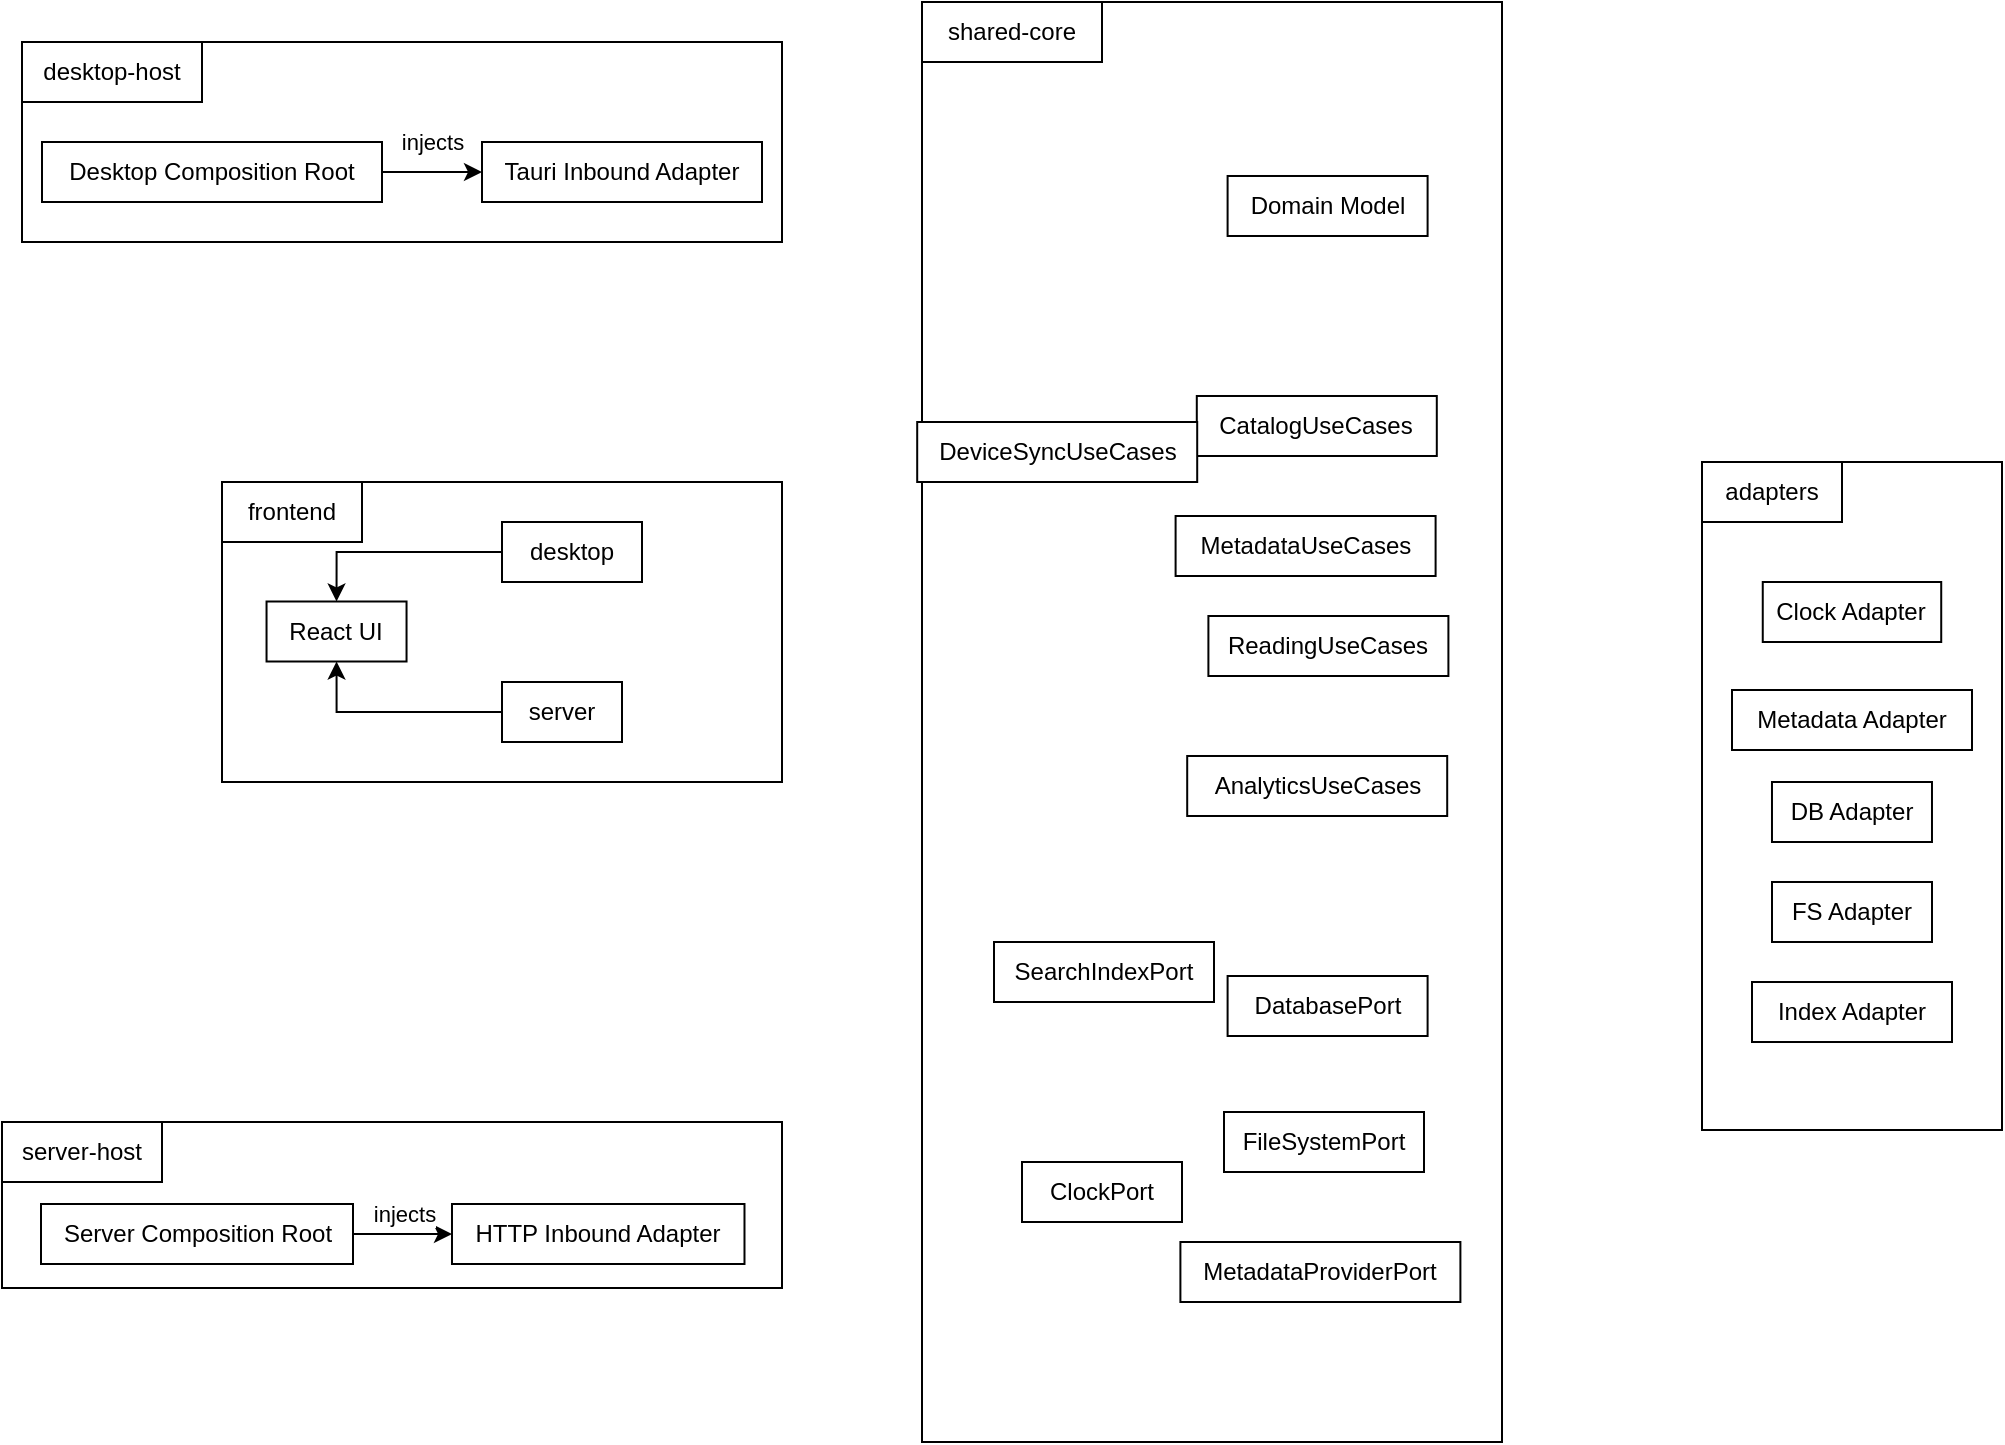
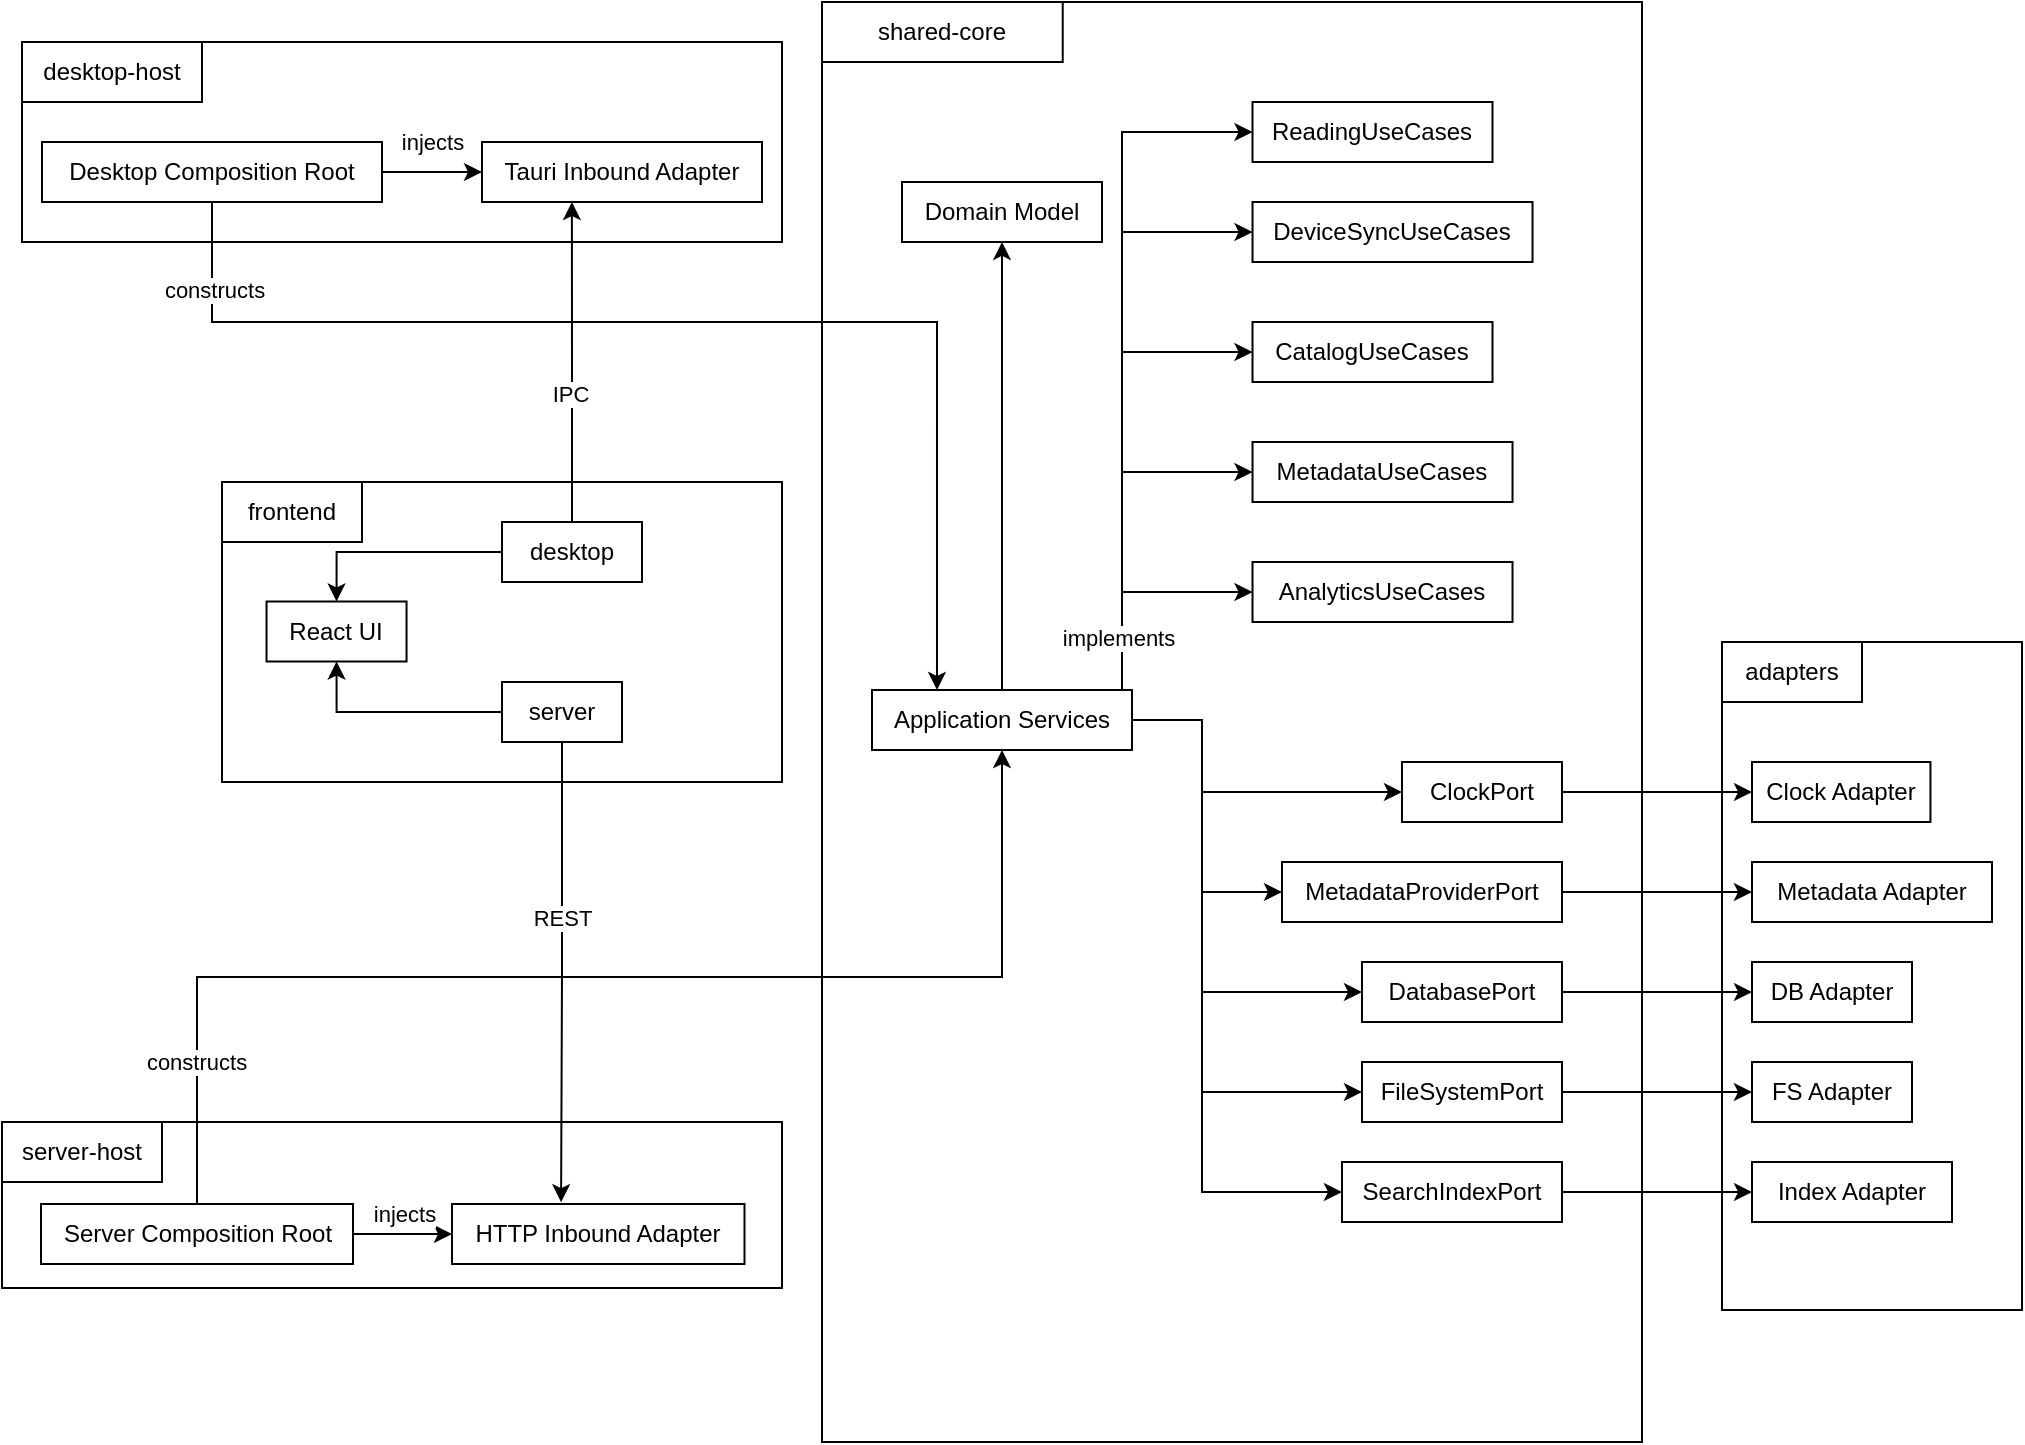
<mxfile host="Electron" agent="Mozilla/5.0 (Windows NT 10.0; Win64; x64) AppleWebKit/537.36 (KHTML, like Gecko) draw.io/29.3.6 Chrome/140.0.7339.249 Electron/38.8.0 Safari/537.36" version="29.3.6">
  <diagram name="Page-1" id="Up1nXNHjsBMfPDB4wt9s">
-     <mxGraphModel dx="983" dy="663" grid="1" gridSize="10" guides="1" tooltips="1" connect="1" arrows="1" fold="1" page="1" pageScale="1" pageWidth="1169" pageHeight="827" math="0" shadow="0">
+     <mxGraphModel dx="815" dy="549" grid="1" gridSize="10" guides="1" tooltips="1" connect="1" arrows="1" fold="1" page="1" pageScale="1" pageWidth="1169" pageHeight="827" math="0" shadow="0">
      <root>
        <mxCell id="0" />
        <mxCell id="1" parent="0" />
        <mxCell id="_OkqQ5-8P_d9M64oRFWS-10" connectable="0" parent="1" style="group" value="" vertex="1">
-           <mxGeometry height="720" width="290" x="480" y="40" as="geometry" />
+           <mxGeometry height="720" width="410" x="430" y="40" as="geometry" />
        </mxCell>
        <mxCell id="_OkqQ5-8P_d9M64oRFWS-7" parent="_OkqQ5-8P_d9M64oRFWS-10" style="rounded=0;whiteSpace=wrap;html=1;" value="" vertex="1">
-           <mxGeometry height="720" width="290" as="geometry" />
+           <mxGeometry height="720" width="410" as="geometry" />
        </mxCell>
        <mxCell id="_OkqQ5-8P_d9M64oRFWS-39" parent="_OkqQ5-8P_d9M64oRFWS-10" style="whiteSpace=wrap;html=1;" value="Domain Model" vertex="1">
-           <mxGeometry height="30" width="100" x="152.79999999999998" y="86.9952380952381" as="geometry" />
+           <mxGeometry height="30" width="100" x="40.00041938490213" y="89.9952380952381" as="geometry" />
        </mxCell>
        <mxCell id="_OkqQ5-8P_d9M64oRFWS-40" parent="_OkqQ5-8P_d9M64oRFWS-10" style="whiteSpace=wrap;html=1;" value="CatalogUseCases" vertex="1">
-           <mxGeometry height="30" width="120" x="137.39999999999998" y="196.99571428571429" as="geometry" />
+           <mxGeometry height="30" width="120" x="215.25705498602045" y="159.99571428571429" as="geometry" />
        </mxCell>
        <mxCell id="_OkqQ5-8P_d9M64oRFWS-41" parent="_OkqQ5-8P_d9M64oRFWS-10" style="whiteSpace=wrap;html=1;" value="MetadataUseCases" vertex="1">
-           <mxGeometry height="30" width="130" x="126.79999999999998" y="256.99857142857144" as="geometry" />
+           <mxGeometry height="30" width="130" x="215.25875116495806" y="219.99857142857144" as="geometry" />
        </mxCell>
        <mxCell id="_OkqQ5-8P_d9M64oRFWS-42" parent="_OkqQ5-8P_d9M64oRFWS-10" style="whiteSpace=wrap;html=1;" value="ReadingUseCases" vertex="1">
-           <mxGeometry height="30" width="120" x="143.2" y="306.997619047619" as="geometry" />
+           <mxGeometry height="30" width="120" x="215.2516495806151" y="49.997619047619025" as="geometry" />
        </mxCell>
        <mxCell id="_OkqQ5-8P_d9M64oRFWS-43" parent="_OkqQ5-8P_d9M64oRFWS-10" style="whiteSpace=wrap;html=1;" value="AnalyticsUseCases" vertex="1">
-           <mxGeometry height="30" width="130" x="132.59999999999997" y="376.9966666666666" as="geometry" />
+           <mxGeometry height="30" width="130" x="215.25550792171475" y="279.9966666666666" as="geometry" />
        </mxCell>
        <mxCell id="_OkqQ5-8P_d9M64oRFWS-44" parent="_OkqQ5-8P_d9M64oRFWS-10" style="whiteSpace=wrap;html=1;" value="DatabasePort" vertex="1">
-           <mxGeometry height="30" width="100" x="152.79999999999998" y="486.9995238095238" as="geometry" />
-         </mxCell>
-         <mxCell id="_OkqQ5-8P_d9M64oRFWS-45" parent="_OkqQ5-8P_d9M64oRFWS-10" style="whiteSpace=wrap;html=1;" value="FileSystemPort" vertex="1">
-           <mxGeometry height="30" width="100" x="151" y="555" as="geometry" />
+           <mxGeometry height="30" width="100" x="269.9904193849021" y="479.9995238095238" as="geometry" />
+         </mxCell>
+         <mxCell id="_OkqQ5-8P_d9M64oRFWS-45" parent="_OkqQ5-8P_d9M64oRFWS-10" style="whiteSpace=wrap;html=1;movable=1;resizable=1;rotatable=1;deletable=1;editable=1;locked=0;connectable=1;" value="FileSystemPort" vertex="1">
+           <mxGeometry height="30" width="100" x="269.9931500465983" y="530" as="geometry" />
        </mxCell>
        <mxCell id="_OkqQ5-8P_d9M64oRFWS-46" parent="_OkqQ5-8P_d9M64oRFWS-10" style="whiteSpace=wrap;html=1;" value="MetadataProviderPort" vertex="1">
-           <mxGeometry height="30" width="140" x="129.20000000000005" y="620" as="geometry" />
+           <mxGeometry height="30" width="140" x="229.99844361602987" y="430" as="geometry" />
        </mxCell>
        <mxCell id="_OkqQ5-8P_d9M64oRFWS-47" parent="_OkqQ5-8P_d9M64oRFWS-10" style="whiteSpace=wrap;html=1;" value="ClockPort" vertex="1">
-           <mxGeometry height="30" width="80" x="50" y="580" as="geometry" />
+           <mxGeometry height="30" width="80" x="289.9885927306617" y="380" as="geometry" />
        </mxCell>
        <mxCell id="_OkqQ5-8P_d9M64oRFWS-48" parent="_OkqQ5-8P_d9M64oRFWS-10" style="whiteSpace=wrap;html=1;" value="DeviceSyncUseCases" vertex="1">
-           <mxGeometry height="30" width="140" x="-2.3999999999999773" y="210" as="geometry" />
+           <mxGeometry height="30" width="140" x="215.26111835973907" y="100" as="geometry" />
        </mxCell>
        <mxCell id="_OkqQ5-8P_d9M64oRFWS-49" parent="_OkqQ5-8P_d9M64oRFWS-10" style="whiteSpace=wrap;html=1;" value="SearchIndexPort" vertex="1">
-           <mxGeometry height="30" width="110" x="35.99999999999998" y="470" as="geometry" />
+           <mxGeometry height="30" width="110" x="259.9953867660764" y="580" as="geometry" />
        </mxCell>
        <mxCell id="_OkqQ5-8P_d9M64oRFWS-8" parent="_OkqQ5-8P_d9M64oRFWS-10" style="rounded=0;whiteSpace=wrap;html=1;" value="shared-core" vertex="1">
-           <mxGeometry height="30" width="90" as="geometry" />
+           <mxGeometry height="30" width="120.36346691519105" as="geometry" />
+         </mxCell>
+         <mxCell id="WqEDGe_ycWKSBykSKgpT-17" edge="1" parent="_OkqQ5-8P_d9M64oRFWS-10" source="WqEDGe_ycWKSBykSKgpT-5" style="edgeStyle=orthogonalEdgeStyle;rounded=0;orthogonalLoop=1;jettySize=auto;html=1;entryX=0;entryY=0.5;entryDx=0;entryDy=0;" target="_OkqQ5-8P_d9M64oRFWS-47">
+           <mxGeometry relative="1" as="geometry">
+             <Array as="points">
+               <mxPoint x="190" y="359" />
+               <mxPoint x="190" y="395" />
+             </Array>
+           </mxGeometry>
+         </mxCell>
+         <mxCell id="WqEDGe_ycWKSBykSKgpT-18" edge="1" parent="_OkqQ5-8P_d9M64oRFWS-10" source="WqEDGe_ycWKSBykSKgpT-5" style="edgeStyle=orthogonalEdgeStyle;rounded=0;orthogonalLoop=1;jettySize=auto;html=1;entryX=0;entryY=0.5;entryDx=0;entryDy=0;" target="_OkqQ5-8P_d9M64oRFWS-46">
+           <mxGeometry relative="1" as="geometry">
+             <Array as="points">
+               <mxPoint x="190" y="359" />
+               <mxPoint x="190" y="445" />
+             </Array>
+           </mxGeometry>
+         </mxCell>
+         <mxCell id="WqEDGe_ycWKSBykSKgpT-19" edge="1" parent="_OkqQ5-8P_d9M64oRFWS-10" source="WqEDGe_ycWKSBykSKgpT-5" style="edgeStyle=orthogonalEdgeStyle;rounded=0;orthogonalLoop=1;jettySize=auto;html=1;entryX=0;entryY=0.5;entryDx=0;entryDy=0;" target="_OkqQ5-8P_d9M64oRFWS-44">
+           <mxGeometry relative="1" as="geometry">
+             <Array as="points">
+               <mxPoint x="190" y="359" />
+               <mxPoint x="190" y="495" />
+             </Array>
+           </mxGeometry>
+         </mxCell>
+         <mxCell id="WqEDGe_ycWKSBykSKgpT-20" edge="1" parent="_OkqQ5-8P_d9M64oRFWS-10" source="WqEDGe_ycWKSBykSKgpT-5" style="edgeStyle=orthogonalEdgeStyle;rounded=0;orthogonalLoop=1;jettySize=auto;html=1;entryX=0;entryY=0.5;entryDx=0;entryDy=0;" target="_OkqQ5-8P_d9M64oRFWS-45">
+           <mxGeometry relative="1" as="geometry">
+             <Array as="points">
+               <mxPoint x="190" y="359" />
+               <mxPoint x="190" y="545" />
+             </Array>
+           </mxGeometry>
+         </mxCell>
+         <mxCell id="WqEDGe_ycWKSBykSKgpT-21" edge="1" parent="_OkqQ5-8P_d9M64oRFWS-10" source="WqEDGe_ycWKSBykSKgpT-5" style="edgeStyle=orthogonalEdgeStyle;rounded=0;orthogonalLoop=1;jettySize=auto;html=1;entryX=0;entryY=0.5;entryDx=0;entryDy=0;" target="_OkqQ5-8P_d9M64oRFWS-49">
+           <mxGeometry relative="1" as="geometry">
+             <Array as="points">
+               <mxPoint x="190" y="359" />
+               <mxPoint x="190" y="595" />
+             </Array>
+           </mxGeometry>
+         </mxCell>
+         <mxCell id="WqEDGe_ycWKSBykSKgpT-22" edge="1" parent="_OkqQ5-8P_d9M64oRFWS-10" source="WqEDGe_ycWKSBykSKgpT-5" style="edgeStyle=orthogonalEdgeStyle;rounded=0;orthogonalLoop=1;jettySize=auto;html=1;entryX=0.5;entryY=1;entryDx=0;entryDy=0;" target="_OkqQ5-8P_d9M64oRFWS-39">
+           <mxGeometry relative="1" as="geometry" />
+         </mxCell>
+         <mxCell id="WqEDGe_ycWKSBykSKgpT-23" edge="1" parent="_OkqQ5-8P_d9M64oRFWS-10" source="WqEDGe_ycWKSBykSKgpT-5" style="edgeStyle=orthogonalEdgeStyle;rounded=0;orthogonalLoop=1;jettySize=auto;html=1;entryX=0;entryY=0.5;entryDx=0;entryDy=0;" target="_OkqQ5-8P_d9M64oRFWS-42">
+           <mxGeometry relative="1" as="geometry">
+             <Array as="points">
+               <mxPoint x="150" y="65" />
+             </Array>
+           </mxGeometry>
+         </mxCell>
+         <mxCell id="WqEDGe_ycWKSBykSKgpT-24" edge="1" parent="_OkqQ5-8P_d9M64oRFWS-10" source="WqEDGe_ycWKSBykSKgpT-5" style="edgeStyle=orthogonalEdgeStyle;rounded=0;orthogonalLoop=1;jettySize=auto;html=1;entryX=0;entryY=0.5;entryDx=0;entryDy=0;" target="_OkqQ5-8P_d9M64oRFWS-48">
+           <mxGeometry relative="1" as="geometry">
+             <Array as="points">
+               <mxPoint x="150" y="115" />
+             </Array>
+           </mxGeometry>
+         </mxCell>
+         <mxCell id="WqEDGe_ycWKSBykSKgpT-25" edge="1" parent="_OkqQ5-8P_d9M64oRFWS-10" source="WqEDGe_ycWKSBykSKgpT-5" style="edgeStyle=orthogonalEdgeStyle;rounded=0;orthogonalLoop=1;jettySize=auto;html=1;entryX=0;entryY=0.5;entryDx=0;entryDy=0;" target="_OkqQ5-8P_d9M64oRFWS-40">
+           <mxGeometry relative="1" as="geometry">
+             <Array as="points">
+               <mxPoint x="150" y="175" />
+             </Array>
+           </mxGeometry>
+         </mxCell>
+         <mxCell id="WqEDGe_ycWKSBykSKgpT-26" edge="1" parent="_OkqQ5-8P_d9M64oRFWS-10" source="WqEDGe_ycWKSBykSKgpT-5" style="edgeStyle=orthogonalEdgeStyle;rounded=0;orthogonalLoop=1;jettySize=auto;html=1;entryX=0;entryY=0.5;entryDx=0;entryDy=0;" target="_OkqQ5-8P_d9M64oRFWS-41">
+           <mxGeometry relative="1" as="geometry">
+             <Array as="points">
+               <mxPoint x="150" y="235" />
+             </Array>
+           </mxGeometry>
+         </mxCell>
+         <mxCell id="WqEDGe_ycWKSBykSKgpT-27" edge="1" parent="_OkqQ5-8P_d9M64oRFWS-10" source="WqEDGe_ycWKSBykSKgpT-5" style="edgeStyle=orthogonalEdgeStyle;rounded=0;orthogonalLoop=1;jettySize=auto;html=1;entryX=0;entryY=0.5;entryDx=0;entryDy=0;" target="_OkqQ5-8P_d9M64oRFWS-43">
+           <mxGeometry relative="1" as="geometry">
+             <Array as="points">
+               <mxPoint x="150" y="295" />
+             </Array>
+           </mxGeometry>
+         </mxCell>
+         <mxCell id="WqEDGe_ycWKSBykSKgpT-28" connectable="0" parent="WqEDGe_ycWKSBykSKgpT-27" style="edgeLabel;html=1;align=center;verticalAlign=middle;resizable=0;points=[];" value="implements" vertex="1">
+           <mxGeometry relative="1" x="-0.5393" y="2" as="geometry">
+             <mxPoint as="offset" />
+           </mxGeometry>
+         </mxCell>
+         <mxCell id="WqEDGe_ycWKSBykSKgpT-5" parent="_OkqQ5-8P_d9M64oRFWS-10" style="whiteSpace=wrap;html=1;" value="Application Services" vertex="1">
+           <mxGeometry height="30" width="130" x="24.997297297297315" y="344" as="geometry" />
        </mxCell>
        <mxCell id="_OkqQ5-8P_d9M64oRFWS-56" connectable="0" parent="1" style="group" value="" vertex="1">
-           <mxGeometry height="334" width="150" x="870" y="270" as="geometry" />
+           <mxGeometry height="334" width="150" x="880" y="360" as="geometry" />
        </mxCell>
        <mxCell id="_OkqQ5-8P_d9M64oRFWS-3" parent="_OkqQ5-8P_d9M64oRFWS-56" style="rounded=0;whiteSpace=wrap;html=1;container=0;" value="" vertex="1">
          <mxGeometry height="334" width="150" as="geometry" />
        </mxCell>
        <mxCell id="_OkqQ5-8P_d9M64oRFWS-4" parent="_OkqQ5-8P_d9M64oRFWS-56" style="rounded=0;whiteSpace=wrap;html=1;container=0;" value="adapters" vertex="1">
          <mxGeometry height="30" width="70" as="geometry" />
        </mxCell>
        <mxCell id="_OkqQ5-8P_d9M64oRFWS-51" parent="_OkqQ5-8P_d9M64oRFWS-56" style="whiteSpace=wrap;html=1;container=0;" value="DB Adapter" vertex="1">
-           <mxGeometry height="30" width="80" x="34.99000000000001" y="159.9989473684211" as="geometry" />
+           <mxGeometry height="30" width="80" x="15.00000000000001" y="159.9989473684211" as="geometry" />
        </mxCell>
        <mxCell id="_OkqQ5-8P_d9M64oRFWS-52" parent="_OkqQ5-8P_d9M64oRFWS-56" style="whiteSpace=wrap;html=1;container=0;" value="FS Adapter" vertex="1">
-           <mxGeometry height="30" width="80" x="35" y="209.99684210526317" as="geometry" />
+           <mxGeometry height="30" width="80" x="15" y="209.99684210526317" as="geometry" />
        </mxCell>
        <mxCell id="_OkqQ5-8P_d9M64oRFWS-53" parent="_OkqQ5-8P_d9M64oRFWS-56" style="whiteSpace=wrap;html=1;container=0;" value="Metadata Adapter" vertex="1">
-           <mxGeometry height="30" width="120" x="15" y="114.00105263157894" as="geometry" />
+           <mxGeometry height="30" width="120" x="15" y="110.00105263157894" as="geometry" />
        </mxCell>
        <mxCell id="_OkqQ5-8P_d9M64oRFWS-54" parent="_OkqQ5-8P_d9M64oRFWS-56" style="whiteSpace=wrap;html=1;container=0;" value="Clock Adapter" vertex="1">
-           <mxGeometry height="30" width="89.23" x="30.379999999999995" y="60" as="geometry" />
+           <mxGeometry height="30" width="89.23" x="14.999999999999995" y="60" as="geometry" />
        </mxCell>
        <mxCell id="_OkqQ5-8P_d9M64oRFWS-55" parent="_OkqQ5-8P_d9M64oRFWS-56" style="whiteSpace=wrap;html=1;container=0;" value="Index Adapter" vertex="1">
-           <mxGeometry height="30" width="100" x="25" y="260.0047368421052" as="geometry" />
+           <mxGeometry height="30" width="100" x="15" y="260.0047368421052" as="geometry" />
        </mxCell>
        <mxCell id="_OkqQ5-8P_d9M64oRFWS-63" connectable="0" parent="1" style="group" value="" vertex="1">
          <mxGeometry height="83" width="389.99999999999994" x="20" y="600" as="geometry" />
        </mxCell>
        <mxCell id="_OkqQ5-8P_d9M64oRFWS-5" parent="_OkqQ5-8P_d9M64oRFWS-63" style="rounded=0;whiteSpace=wrap;html=1;container=0;" value="" vertex="1">
          <mxGeometry height="83" width="389.99999999999994" as="geometry" />
        </mxCell>
        <mxCell id="_OkqQ5-8P_d9M64oRFWS-33" edge="1" parent="_OkqQ5-8P_d9M64oRFWS-63" source="_OkqQ5-8P_d9M64oRFWS-31" style="edgeStyle=orthogonalEdgeStyle;rounded=0;orthogonalLoop=1;jettySize=auto;html=1;" target="_OkqQ5-8P_d9M64oRFWS-32" value="">
          <mxGeometry relative="1" as="geometry" />
        </mxCell>
        <mxCell id="_OkqQ5-8P_d9M64oRFWS-34" connectable="0" parent="_OkqQ5-8P_d9M64oRFWS-33" style="edgeLabel;html=1;align=center;verticalAlign=middle;resizable=0;points=[];container=0;" value="injects" vertex="1">
          <mxGeometry relative="1" x="-0.2921" y="-1" as="geometry">
            <mxPoint x="8" y="-11" as="offset" />
          </mxGeometry>
        </mxCell>
        <mxCell id="_OkqQ5-8P_d9M64oRFWS-31" parent="_OkqQ5-8P_d9M64oRFWS-63" style="whiteSpace=wrap;html=1;container=0;" value="Server Composition Root" vertex="1">
          <mxGeometry height="30" width="156" x="19.5" y="41" as="geometry" />
        </mxCell>
        <mxCell id="_OkqQ5-8P_d9M64oRFWS-32" parent="_OkqQ5-8P_d9M64oRFWS-63" style="whiteSpace=wrap;html=1;container=0;" value="HTTP Inbound Adapter" vertex="1">
          <mxGeometry height="30" width="146.25" x="224.99499999999998" y="41" as="geometry" />
        </mxCell>
        <mxCell id="_OkqQ5-8P_d9M64oRFWS-6" parent="_OkqQ5-8P_d9M64oRFWS-63" style="rounded=0;whiteSpace=wrap;html=1;container=0;" value="server-host" vertex="1">
          <mxGeometry height="30" width="80" as="geometry" />
        </mxCell>
        <mxCell id="_OkqQ5-8P_d9M64oRFWS-1" parent="1" style="rounded=0;whiteSpace=wrap;html=1;movable=1;resizable=1;rotatable=1;deletable=1;editable=1;locked=0;connectable=1;container=0;" value="" vertex="1">
          <mxGeometry height="100" width="380" x="30" y="60" as="geometry" />
        </mxCell>
        <mxCell id="_OkqQ5-8P_d9M64oRFWS-2" parent="1" style="rounded=0;whiteSpace=wrap;html=1;movable=1;resizable=1;rotatable=1;deletable=1;editable=1;locked=0;connectable=1;container=0;" value="desktop-host" vertex="1">
          <mxGeometry height="30" width="90" x="30" y="60" as="geometry" />
        </mxCell>
        <mxCell id="_OkqQ5-8P_d9M64oRFWS-27" edge="1" parent="1" source="_OkqQ5-8P_d9M64oRFWS-24" style="edgeStyle=orthogonalEdgeStyle;rounded=0;orthogonalLoop=1;jettySize=auto;html=1;" target="_OkqQ5-8P_d9M64oRFWS-26" value="">
          <mxGeometry relative="1" as="geometry" />
        </mxCell>
        <mxCell id="_OkqQ5-8P_d9M64oRFWS-28" connectable="0" parent="_OkqQ5-8P_d9M64oRFWS-27" style="edgeLabel;html=1;align=center;verticalAlign=middle;resizable=0;points=[];container=0;" value="injects" vertex="1">
          <mxGeometry relative="1" x="-0.2743" y="1" as="geometry">
            <mxPoint x="7" y="-14" as="offset" />
          </mxGeometry>
        </mxCell>
+         <mxCell id="WqEDGe_ycWKSBykSKgpT-35" edge="1" parent="1" source="_OkqQ5-8P_d9M64oRFWS-24" style="edgeStyle=orthogonalEdgeStyle;rounded=0;orthogonalLoop=1;jettySize=auto;html=1;entryX=0.25;entryY=0;entryDx=0;entryDy=0;" target="WqEDGe_ycWKSBykSKgpT-5">
+           <mxGeometry relative="1" as="geometry">
+             <Array as="points">
+               <mxPoint x="125" y="200" />
+               <mxPoint x="488" y="200" />
+             </Array>
+           </mxGeometry>
+         </mxCell>
+         <mxCell id="WqEDGe_ycWKSBykSKgpT-36" connectable="0" parent="WqEDGe_ycWKSBykSKgpT-35" style="edgeLabel;html=1;align=center;verticalAlign=middle;resizable=0;points=[];" value="constructs" vertex="1">
+           <mxGeometry relative="1" x="-0.8544" y="1" as="geometry">
+             <mxPoint as="offset" />
+           </mxGeometry>
+         </mxCell>
        <mxCell id="_OkqQ5-8P_d9M64oRFWS-24" parent="1" style="rounded=0;whiteSpace=wrap;html=1;container=0;" value="Desktop Composition Root" vertex="1">
          <mxGeometry height="30" width="170" x="40" y="110" as="geometry" />
        </mxCell>
        <mxCell id="_OkqQ5-8P_d9M64oRFWS-26" parent="1" style="rounded=0;whiteSpace=wrap;html=1;container=0;" value="Tauri Inbound Adapter" vertex="1">
          <mxGeometry height="30" width="140" x="260" y="110" as="geometry" />
        </mxCell>
        <mxCell id="_OkqQ5-8P_d9M64oRFWS-67" connectable="0" parent="1" style="group" value="" vertex="1">
          <mxGeometry height="150" width="280" x="130" y="280" as="geometry" />
        </mxCell>
        <mxCell id="_OkqQ5-8P_d9M64oRFWS-14" parent="_OkqQ5-8P_d9M64oRFWS-67" style="rounded=0;whiteSpace=wrap;html=1;container=0;" value="" vertex="1">
          <mxGeometry height="150" width="280" as="geometry" />
        </mxCell>
        <mxCell id="_OkqQ5-8P_d9M64oRFWS-15" parent="_OkqQ5-8P_d9M64oRFWS-67" style="rounded=0;whiteSpace=wrap;html=1;container=0;" value="frontend" vertex="1">
          <mxGeometry height="30" width="70" as="geometry" />
        </mxCell>
        <mxCell id="_OkqQ5-8P_d9M64oRFWS-17" parent="_OkqQ5-8P_d9M64oRFWS-67" style="rounded=0;whiteSpace=wrap;html=1;container=0;" value="React UI" vertex="1">
          <mxGeometry height="30" width="70" x="22.269999999999996" y="59.75" as="geometry" />
        </mxCell>
        <mxCell id="_OkqQ5-8P_d9M64oRFWS-66" edge="1" parent="_OkqQ5-8P_d9M64oRFWS-67" source="_OkqQ5-8P_d9M64oRFWS-19" style="edgeStyle=orthogonalEdgeStyle;rounded=0;orthogonalLoop=1;jettySize=auto;html=1;entryX=0.5;entryY=0;entryDx=0;entryDy=0;" target="_OkqQ5-8P_d9M64oRFWS-17">
          <mxGeometry relative="1" as="geometry" />
        </mxCell>
        <mxCell id="_OkqQ5-8P_d9M64oRFWS-19" parent="_OkqQ5-8P_d9M64oRFWS-67" style="rounded=0;whiteSpace=wrap;html=1;container=0;" value="desktop" vertex="1">
          <mxGeometry height="30" width="70" x="140" y="20" as="geometry" />
        </mxCell>
        <mxCell id="_OkqQ5-8P_d9M64oRFWS-65" edge="1" parent="_OkqQ5-8P_d9M64oRFWS-67" source="_OkqQ5-8P_d9M64oRFWS-18" style="edgeStyle=orthogonalEdgeStyle;rounded=0;orthogonalLoop=1;jettySize=auto;html=1;entryX=0.5;entryY=1;entryDx=0;entryDy=0;" target="_OkqQ5-8P_d9M64oRFWS-17">
          <mxGeometry relative="1" as="geometry" />
        </mxCell>
        <mxCell id="_OkqQ5-8P_d9M64oRFWS-18" parent="_OkqQ5-8P_d9M64oRFWS-67" style="rounded=0;whiteSpace=wrap;html=1;container=0;" value="server" vertex="1">
          <mxGeometry height="30" width="60" x="140" y="100" as="geometry" />
+         </mxCell>
+         <mxCell id="WqEDGe_ycWKSBykSKgpT-1" edge="1" parent="1" source="_OkqQ5-8P_d9M64oRFWS-18" style="edgeStyle=orthogonalEdgeStyle;rounded=0;orthogonalLoop=1;jettySize=auto;html=1;entryX=0.373;entryY=-0.03;entryDx=0;entryDy=0;entryPerimeter=0;" target="_OkqQ5-8P_d9M64oRFWS-32">
+           <mxGeometry relative="1" as="geometry" />
+         </mxCell>
+         <mxCell id="WqEDGe_ycWKSBykSKgpT-2" connectable="0" parent="WqEDGe_ycWKSBykSKgpT-1" style="edgeLabel;html=1;align=center;verticalAlign=middle;resizable=0;points=[];" value="REST" vertex="1">
+           <mxGeometry relative="1" x="-0.2392" as="geometry">
+             <mxPoint as="offset" />
+           </mxGeometry>
+         </mxCell>
+         <mxCell id="WqEDGe_ycWKSBykSKgpT-3" edge="1" parent="1" source="_OkqQ5-8P_d9M64oRFWS-19" style="edgeStyle=orthogonalEdgeStyle;rounded=0;orthogonalLoop=1;jettySize=auto;html=1;entryX=0.321;entryY=1;entryDx=0;entryDy=0;entryPerimeter=0;" target="_OkqQ5-8P_d9M64oRFWS-26">
+           <mxGeometry relative="1" as="geometry" />
+         </mxCell>
+         <mxCell id="WqEDGe_ycWKSBykSKgpT-4" connectable="0" parent="WqEDGe_ycWKSBykSKgpT-3" style="edgeLabel;html=1;align=center;verticalAlign=middle;resizable=0;points=[];" value="IPC" vertex="1">
+           <mxGeometry relative="1" x="-0.1921" y="1" as="geometry">
+             <mxPoint as="offset" />
+           </mxGeometry>
+         </mxCell>
+         <mxCell id="WqEDGe_ycWKSBykSKgpT-6" edge="1" parent="1" source="_OkqQ5-8P_d9M64oRFWS-47" style="edgeStyle=orthogonalEdgeStyle;rounded=0;orthogonalLoop=1;jettySize=auto;html=1;" target="_OkqQ5-8P_d9M64oRFWS-54" value="">
+           <mxGeometry relative="1" as="geometry" />
+         </mxCell>
+         <mxCell id="WqEDGe_ycWKSBykSKgpT-10" edge="1" parent="1" source="_OkqQ5-8P_d9M64oRFWS-49" style="edgeStyle=orthogonalEdgeStyle;rounded=0;orthogonalLoop=1;jettySize=auto;html=1;" target="_OkqQ5-8P_d9M64oRFWS-55" value="">
+           <mxGeometry relative="1" as="geometry" />
+         </mxCell>
+         <mxCell id="WqEDGe_ycWKSBykSKgpT-14" edge="1" parent="1" source="_OkqQ5-8P_d9M64oRFWS-44" style="edgeStyle=orthogonalEdgeStyle;rounded=0;orthogonalLoop=1;jettySize=auto;html=1;entryX=0;entryY=0.5;entryDx=0;entryDy=0;" target="_OkqQ5-8P_d9M64oRFWS-51">
+           <mxGeometry relative="1" as="geometry" />
+         </mxCell>
+         <mxCell id="WqEDGe_ycWKSBykSKgpT-15" edge="1" parent="1" source="_OkqQ5-8P_d9M64oRFWS-46" style="edgeStyle=orthogonalEdgeStyle;rounded=0;orthogonalLoop=1;jettySize=auto;html=1;entryX=0;entryY=0.5;entryDx=0;entryDy=0;" target="_OkqQ5-8P_d9M64oRFWS-53">
+           <mxGeometry relative="1" as="geometry" />
+         </mxCell>
+         <mxCell id="WqEDGe_ycWKSBykSKgpT-16" edge="1" parent="1" source="_OkqQ5-8P_d9M64oRFWS-45" style="edgeStyle=orthogonalEdgeStyle;rounded=0;orthogonalLoop=1;jettySize=auto;html=1;entryX=0;entryY=0.5;entryDx=0;entryDy=0;" target="_OkqQ5-8P_d9M64oRFWS-52">
+           <mxGeometry relative="1" as="geometry" />
+         </mxCell>
+         <mxCell id="WqEDGe_ycWKSBykSKgpT-33" edge="1" parent="1" source="_OkqQ5-8P_d9M64oRFWS-31" style="edgeStyle=orthogonalEdgeStyle;rounded=0;orthogonalLoop=1;jettySize=auto;html=1;exitX=0.5;exitY=0;exitDx=0;exitDy=0;" target="WqEDGe_ycWKSBykSKgpT-5">
+           <mxGeometry relative="1" as="geometry" />
+         </mxCell>
+         <mxCell id="WqEDGe_ycWKSBykSKgpT-34" connectable="0" parent="WqEDGe_ycWKSBykSKgpT-33" style="edgeLabel;html=1;align=center;verticalAlign=middle;resizable=0;points=[];" value="constructs" vertex="1">
+           <mxGeometry relative="1" x="-0.4505" y="1" as="geometry">
+             <mxPoint x="-60" y="43" as="offset" />
+           </mxGeometry>
        </mxCell>
      </root>
    </mxGraphModel>
  </diagram>
</mxfile>
